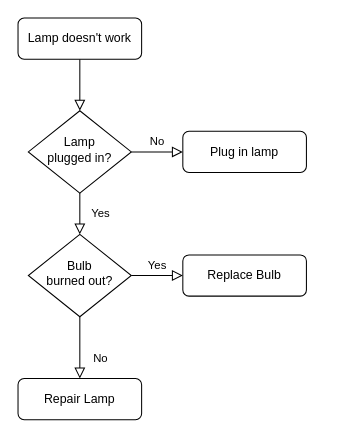
This is 未命名绘图.drawio from Aioops/git_test, a draw.io file, before an edit. Source tidied: cells renumbered, new cells numbered last; positions are measured from the earlier drawing's top-left corner, leaving out a move shared by most shapes. Both pictures are drawn from the tidied source at 103%, with x=0, y=0 at pixel (18, 18).
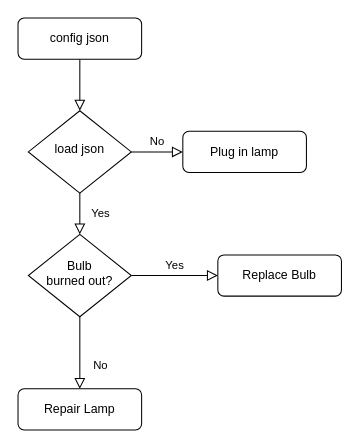
The same diagram, later.

Commit message:
更新未命名绘图.drawio

Diff of the diagram source:
```diff
@@
 <mxGraphModel>
   <root>
     <mxCell id="0" />
     <mxCell id="1" parent="0" />
     <mxCell id="2" style="rounded=0;html=1;jettySize=auto;fontSize=11;endArrow=block;endFill=0;endSize=8;strokeWidth=1;shadow=0;labelBackgroundColor=none;edgeStyle=orthogonalEdgeStyle;" parent="1" edge="1" source="3" target="6">
       <mxGeometry relative="1" as="geometry" />
     </mxCell>
-    <mxCell id="3" value="Lamp doesn't work" style="rounded=1;whiteSpace=wrap;html=1;fontSize=12;glass=0;strokeWidth=1;shadow=0;" parent="1" vertex="1">
+    <mxCell id="3" value="config json" style="rounded=1;whiteSpace=wrap;html=1;fontSize=12;glass=0;strokeWidth=1;shadow=0;" parent="1" vertex="1">
       <mxGeometry width="120" height="40" as="geometry" />
     </mxCell>
     <mxCell id="4" value="Yes" style="rounded=0;html=1;jettySize=auto;fontSize=11;endArrow=block;endFill=0;endSize=8;strokeWidth=1;shadow=0;labelBackgroundColor=none;edgeStyle=orthogonalEdgeStyle;" parent="1" edge="1" source="6" target="10">
       <mxGeometry y="20" relative="1" as="geometry" />
     </mxCell>
     <mxCell id="5" value="No" style="edgeStyle=orthogonalEdgeStyle;rounded=0;html=1;jettySize=auto;fontSize=11;endArrow=block;endFill=0;endSize=8;strokeWidth=1;shadow=0;labelBackgroundColor=none;" parent="1" edge="1" source="6" target="7">
       <mxGeometry y="10" relative="1" as="geometry" />
     </mxCell>
-    <mxCell id="6" value="Lamp&lt;br&gt;plugged in?" style="rhombus;whiteSpace=wrap;html=1;shadow=0;fontFamily=Helvetica;fontSize=12;align=center;strokeWidth=1;spacing=6;spacingTop=-4;" parent="1" vertex="1">
+    <mxCell id="6" value="load json" style="rhombus;whiteSpace=wrap;html=1;shadow=0;fontFamily=Helvetica;fontSize=12;align=center;strokeWidth=1;spacing=6;spacingTop=-4;" parent="1" vertex="1">
       <mxGeometry x="10" y="90" width="100" height="80" as="geometry" />
     </mxCell>
     <mxCell id="7" value="Plug in lamp" style="rounded=1;whiteSpace=wrap;html=1;fontSize=12;glass=0;strokeWidth=1;shadow=0;" parent="1" vertex="1">
       <mxGeometry x="160" y="110" width="120" height="40" as="geometry" />
     </mxCell>
     <mxCell id="8" value="No" style="rounded=0;html=1;jettySize=auto;fontSize=11;endArrow=block;endFill=0;endSize=8;strokeWidth=1;shadow=0;labelBackgroundColor=none;edgeStyle=orthogonalEdgeStyle;" parent="1" edge="1" source="10" target="11">
       <mxGeometry x="0.33" y="20" relative="1" as="geometry" />
     </mxCell>
     <mxCell id="9" value="Yes" style="edgeStyle=orthogonalEdgeStyle;rounded=0;html=1;jettySize=auto;fontSize=11;endArrow=block;endFill=0;endSize=8;strokeWidth=1;shadow=0;labelBackgroundColor=none;" parent="1" edge="1" source="10" target="12">
       <mxGeometry y="10" relative="1" as="geometry" />
     </mxCell>
     <mxCell id="10" value="Bulb&lt;br&gt;burned out?" style="rhombus;whiteSpace=wrap;html=1;shadow=0;fontFamily=Helvetica;fontSize=12;align=center;strokeWidth=1;spacing=6;spacingTop=-4;" parent="1" vertex="1">
       <mxGeometry x="10" y="210" width="100" height="80" as="geometry" />
     </mxCell>
     <mxCell id="11" value="Repair Lamp" style="rounded=1;whiteSpace=wrap;html=1;fontSize=12;glass=0;strokeWidth=1;shadow=0;" parent="1" vertex="1">
-      <mxGeometry y="350" width="120" height="40" as="geometry" />
+      <mxGeometry y="360" width="120" height="40" as="geometry" />
     </mxCell>
     <mxCell id="12" value="Replace Bulb" style="rounded=1;whiteSpace=wrap;html=1;fontSize=12;glass=0;strokeWidth=1;shadow=0;" parent="1" vertex="1">
-      <mxGeometry x="160" y="230" width="120" height="40" as="geometry" />
+      <mxGeometry x="194" y="230" width="120" height="40" as="geometry" />
     </mxCell>
   </root>
 </mxGraphModel>
```
